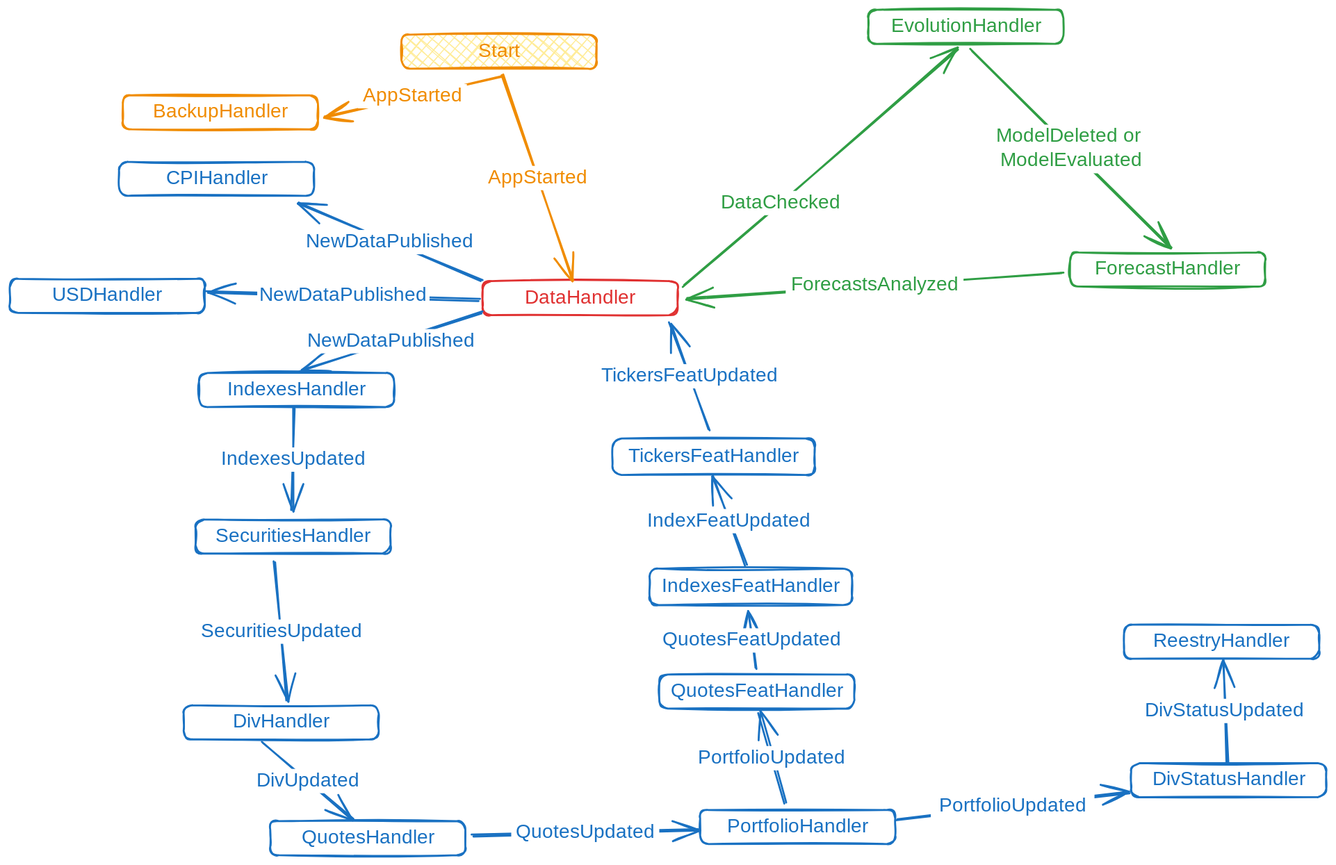
Above: docs/.excalidraw.svg in WLM1ke/poptimizer (Excalidraw), before the change. Source tidied: one line per element, renumbered; positions are measured from the earlier drawing's top-left corner, leaving out a move shared by most shapes.
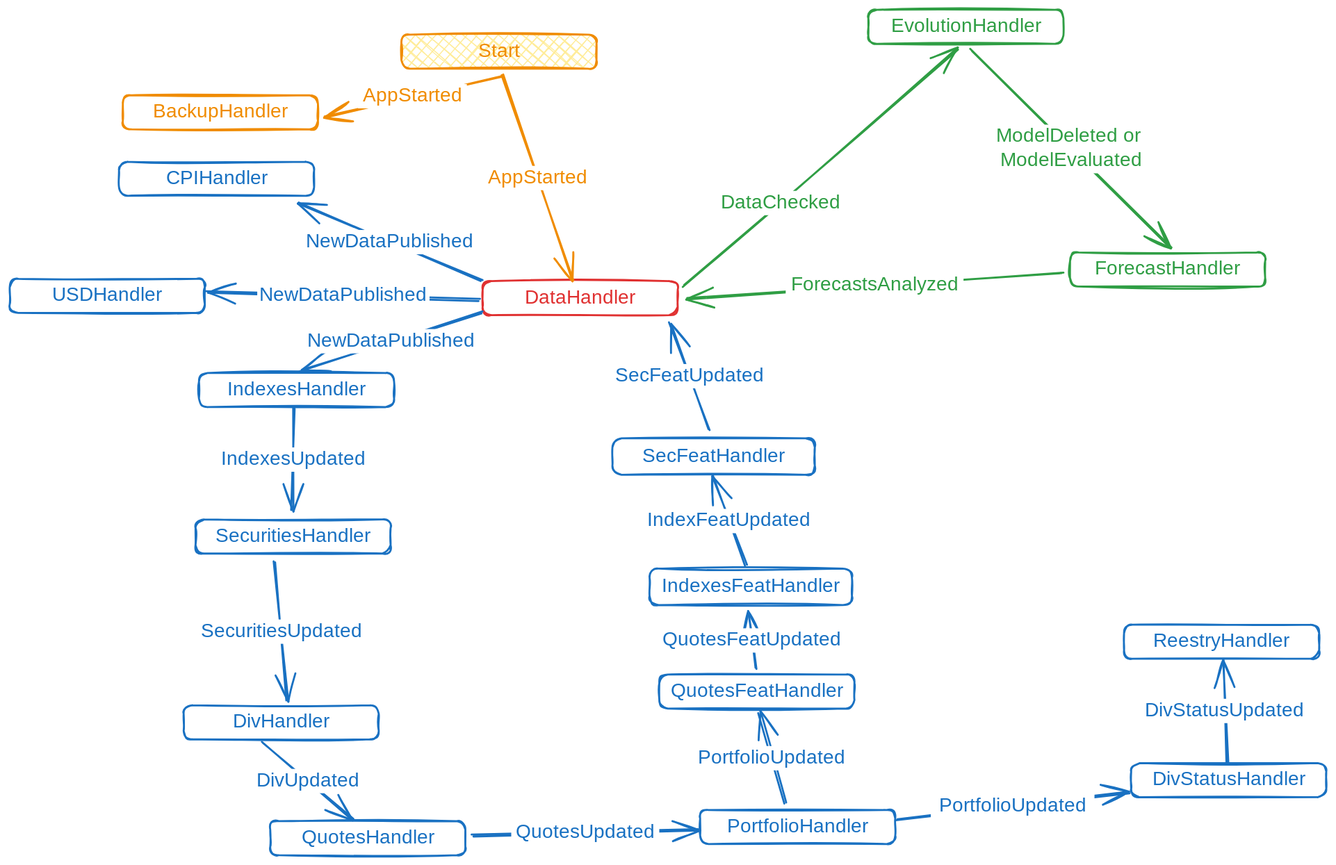
The same file after the commit.

Change to the diagram source:
```diff
@@ -64,7 +64,7 @@
 {"id": 63, "type": "text", "text": "IndexesFeatHandler", "strokeColor": "#1971c2", "strokeWidth": 2, "roughness": 1, "fontSize": 20, "fontFamily": 1, "textAlign": "center", "verticalAlign": "middle", "inside": 62, "x": 665, "y": 581, "width": 193, "height": 25}
 {"id": 64, "type": "arrow", "strokeColor": "#1971c2", "strokeWidth": 2, "roughness": 1, "endArrowhead": "arrow", "round": true, "from": 62, "to": 66, "x": 756, "y": 571, "width": 34, "height": 92, "points": [[0, 0], [-34, -92]]}
 {"id": 65, "type": "text", "text": "IndexFeatUpdated", "strokeColor": "#1971c2", "strokeWidth": 2, "roughness": 1, "fontSize": 20, "fontFamily": 1, "textAlign": "center", "verticalAlign": "middle", "inside": 64, "x": 579, "y": 336, "width": 183, "height": 25}
-{"id": 66, "type": "rectangle", "strokeColor": "#1971c2", "strokeWidth": 2, "roughness": 1, "round": true, "x": 619, "y": 441, "width": 208, "height": 37}
+{"id": 66, "type": "rectangle", "strokeColor": "#1971c2", "strokeWidth": 2, "roughness": 1, "round": true, "x": 619, "y": 440, "width": 208, "height": 37}
-{"id": 67, "type": "text", "text": "TickersFeatHandler", "strokeColor": "#1971c2", "strokeWidth": 2, "roughness": 1, "fontSize": 20, "fontFamily": 1, "textAlign": "center", "verticalAlign": "middle", "inside": 66, "x": 629, "y": 447, "width": 188, "height": 25}
+{"id": 67, "type": "text", "text": "SecFeatHandler", "strokeColor": "#1971c2", "strokeWidth": 2, "roughness": 1, "fontSize": 20, "fontFamily": 1, "textAlign": "center", "verticalAlign": "middle", "inside": 66, "x": 648, "y": 447, "width": 150, "height": 25}
 {"id": 68, "type": "arrow", "strokeColor": "#1971c2", "strokeWidth": 2, "roughness": 1, "endArrowhead": "arrow", "round": true, "from": 66, "to": 0, "x": 719, "y": 432, "width": 40, "height": 111, "points": [[0, 0], [-40, -111]]}
-{"id": 69, "type": "text", "text": "TickersFeatUpdated", "strokeColor": "#1971c2", "strokeWidth": 2, "roughness": 1, "fontSize": 20, "fontFamily": 1, "textAlign": "center", "verticalAlign": "middle", "inside": 68, "x": 598, "y": 364, "width": 200, "height": 25}
+{"id": 69, "type": "text", "text": "SecFeatUpdated", "strokeColor": "#1971c2", "strokeWidth": 2, "roughness": 1, "fontSize": 20, "fontFamily": 1, "textAlign": "center", "verticalAlign": "middle", "inside": 68, "x": 617, "y": 364, "width": 163, "height": 25}
```
